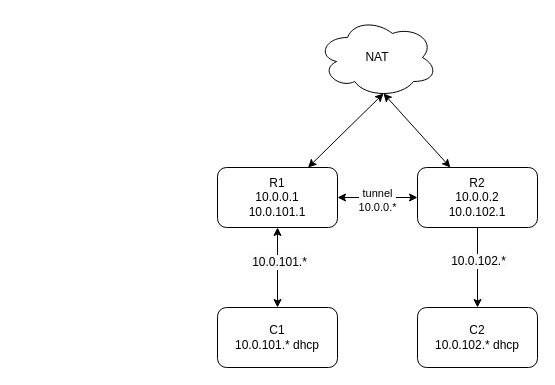
Above: infra/vagrant-win/scheme.drawio in NlightN22/xray-p2p (draw.io), before the change. Source tidied: cells renumbered, new cells numbered last; positions are measured from the earlier drawing's top-left corner, leaving out a move shared by most shapes. Both pictures are drawn from the tidied source at 100%, with x=0, y=0 at pixel (217, 17).
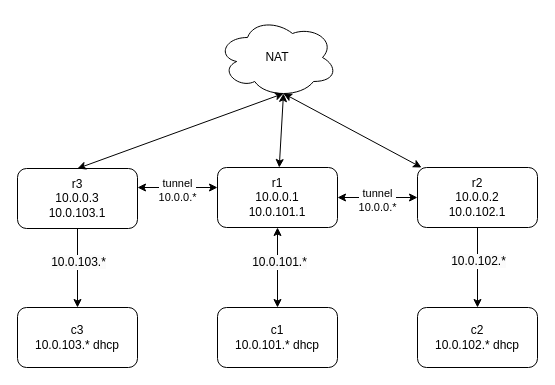
The same diagram, later.

What changed in the source:
```diff
@@
-    <mxCell id="6" value="R1&lt;br&gt;10.0.0.1&lt;br&gt;10.0.101.1" style="rounded=1;whiteSpace=wrap;html=1;" parent="1" vertex="1">
+    <mxCell id="6" value="r1&lt;br&gt;10.0.0.1&lt;br&gt;10.0.101.1" style="rounded=1;whiteSpace=wrap;html=1;" parent="1" vertex="1">
       <mxGeometry y="150" width="120" height="60" as="geometry" />
     </mxCell>
@@
-    <mxCell id="9" value="R2&lt;br&gt;10.0.0.2&lt;br&gt;&lt;span style=&quot;color: rgb(0, 0, 0);&quot;&gt;10.0.102.1&lt;/span&gt;" style="rounded=1;whiteSpace=wrap;html=1;" parent="1" vertex="1">
+    <mxCell id="9" value="r2&lt;br&gt;10.0.0.2&lt;br&gt;&lt;span style=&quot;color: rgb(0, 0, 0);&quot;&gt;10.0.102.1&lt;/span&gt;" style="rounded=1;whiteSpace=wrap;html=1;" parent="1" vertex="1">
       <mxGeometry x="200" y="150" width="120" height="60" as="geometry" />
     </mxCell>
-    <mxCell id="10" value="C1&lt;div&gt;10.0.101.* dhcp&lt;/div&gt;" style="rounded=1;whiteSpace=wrap;html=1;" parent="1" vertex="1">
+    <mxCell id="10" value="c1&lt;div&gt;10.0.101.* dhcp&lt;/div&gt;" style="rounded=1;whiteSpace=wrap;html=1;" parent="1" vertex="1">
       <mxGeometry y="290" width="120" height="60" as="geometry" />
     </mxCell>
-    <mxCell id="11" value="&lt;span style=&quot;color: rgb(0, 0, 0);&quot;&gt;C2&lt;br&gt;10.0.102.* dhcp&lt;/span&gt;" style="rounded=1;whiteSpace=wrap;html=1;" parent="1" vertex="1">
+    <mxCell id="11" value="&lt;span style=&quot;color: rgb(0, 0, 0);&quot;&gt;c2&lt;br&gt;10.0.102.* dhcp&lt;/span&gt;" style="rounded=1;whiteSpace=wrap;html=1;" parent="1" vertex="1">
       <mxGeometry x="200" y="290" width="120" height="60" as="geometry" />
     </mxCell>
     <mxCell id="12" value="NAT" style="ellipse;shape=cloud;whiteSpace=wrap;html=1;" parent="1" vertex="1">
-      <mxGeometry x="100" width="120" height="80" as="geometry" />
+      <mxGeometry width="120" height="80" as="geometry" />
     </mxCell>
@@
+    <mxCell id="15" style="edgeStyle=none;html=1;" parent="1" edge="1" source="17" target="18">
+      <mxGeometry relative="1" as="geometry" />
+    </mxCell>
+    <mxCell id="16" value="&lt;span style=&quot;color: rgb(0, 0, 0); font-size: 12px; text-wrap-mode: wrap; background-color: rgb(251, 251, 251);&quot;&gt;10.0.103.*&lt;/span&gt;" style="edgeLabel;html=1;align=center;verticalAlign=middle;" parent="15" vertex="1">
+      <mxGeometry x="-0.17" relative="1" as="geometry" />
+    </mxCell>
+    <mxCell id="17" value="r3&lt;br&gt;10.0.0.3&lt;br&gt;&lt;span style=&quot;color: rgb(0, 0, 0);&quot;&gt;10.0.103.1&lt;/span&gt;" style="rounded=1;whiteSpace=wrap;html=1;" parent="1" vertex="1">
+      <mxGeometry x="-200" y="151" width="120" height="60" as="geometry" />
+    </mxCell>
+    <mxCell id="18" value="&lt;span style=&quot;color: rgb(0, 0, 0);&quot;&gt;c3&lt;br&gt;10.0.103.* dhcp&lt;/span&gt;" style="rounded=1;whiteSpace=wrap;html=1;" parent="1" vertex="1">
+      <mxGeometry x="-200" y="290" width="120" height="60" as="geometry" />
+    </mxCell>
+    <mxCell id="19" style="edgeStyle=none;html=1;startArrow=classic;startFill=1;" parent="1" edge="1">
+      <mxGeometry relative="1" as="geometry">
+        <mxPoint x="-80" y="170" as="sourcePoint" />
+        <mxPoint y="170" as="targetPoint" />
+      </mxGeometry>
+    </mxCell>
+    <mxCell id="20" value="tunnel&lt;div&gt;10.0.0.*&lt;/div&gt;" style="edgeLabel;html=1;align=center;verticalAlign=middle;" parent="19" vertex="1">
+      <mxGeometry x="-0.03" y="-2" relative="1" as="geometry" />
+    </mxCell>
+    <mxCell id="21" style="edgeStyle=none;html=1;entryX=0.55;entryY=0.95;entryDx=0;entryDy=0;entryPerimeter=0;startArrow=classic;startFill=1;exitX=0.5;exitY=0;exitDx=0;exitDy=0;" parent="1" edge="1" source="17" target="12">
+      <mxGeometry relative="1" as="geometry" />
+    </mxCell>
```
